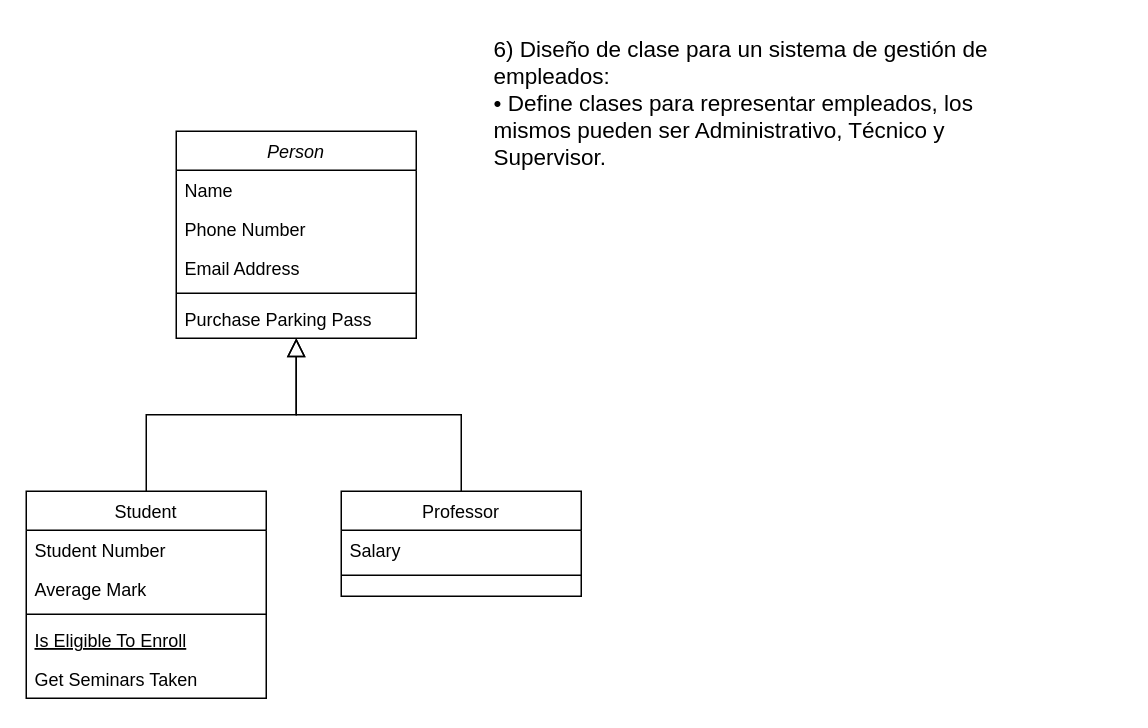
The draw.io diagram empleados.drawio in monick96/diagramasVarios, before the edit. Source tidied: cells renumbered, new cells numbered last; positions are measured from the earlier drawing's top-left corner, leaving out a move shared by most shapes. Both pictures are drawn from the tidied source at 150%, with x=0, y=0 at pixel (26, 26).
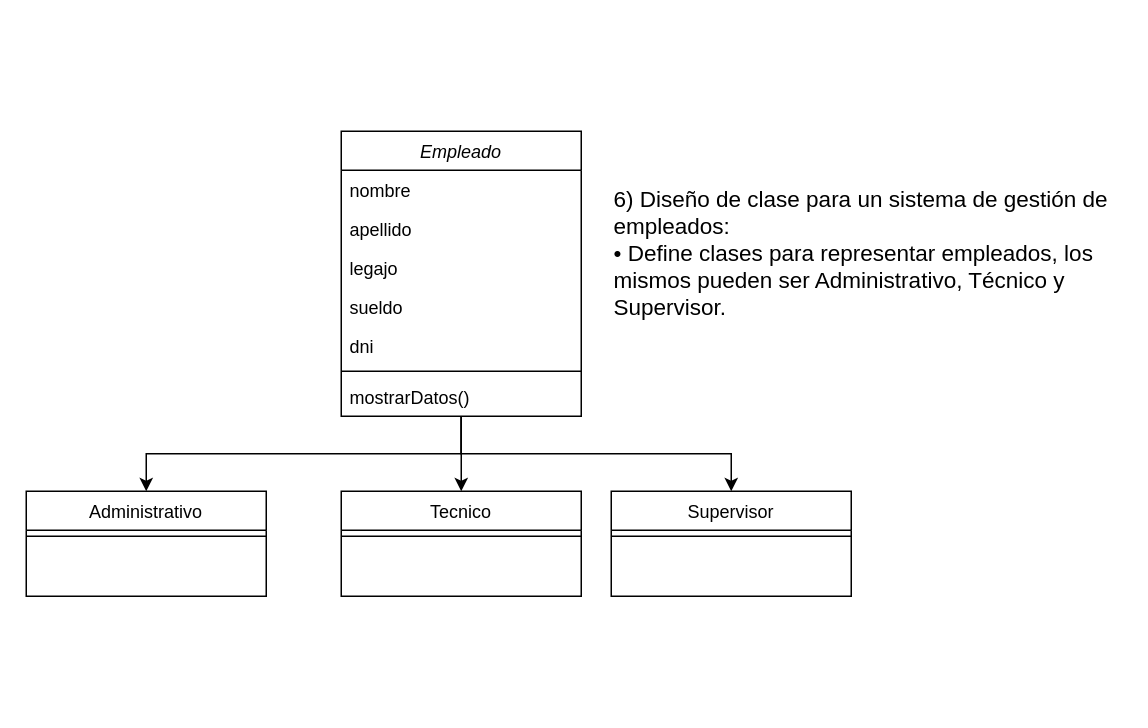
The same diagram, later.

What changed in the source:
```diff
@@
 <mxGraphModel>
   <root>
     <mxCell id="0" />
     <mxCell id="1" parent="0" />
+    <mxCell id="20" style="edgeStyle=orthogonalEdgeStyle;rounded=0;jettySize=auto;html=1;exitX=0.5;exitY=1;exitDx=0;exitDy=0;entryX=0.5;entryY=0;entryDx=0;entryDy=0;" parent="1" edge="1" source="2" target="8">
+      <mxGeometry relative="1" as="geometry" />
+    </mxCell>
+    <mxCell id="21" style="edgeStyle=orthogonalEdgeStyle;rounded=0;jettySize=auto;html=1;exitX=0.5;exitY=1;exitDx=0;exitDy=0;entryX=0.5;entryY=0;entryDx=0;entryDy=0;" parent="1" edge="1" source="2" target="15">
+      <mxGeometry relative="1" as="geometry" />
+    </mxCell>
+    <mxCell id="22" style="edgeStyle=orthogonalEdgeStyle;rounded=0;jettySize=auto;html=1;exitX=0.5;exitY=1;exitDx=0;exitDy=0;" parent="1" edge="1" source="2" target="25">
+      <mxGeometry relative="1" as="geometry" />
+    </mxCell>
-    <mxCell id="2" value="Person" style="swimlane;fontStyle=2;align=center;verticalAlign=top;horizontal=1;startSize=26;rounded=0;shadow=0;strokeWidth=1;" parent="1" vertex="1">
-      <mxGeometry x="100" y="70" width="160" height="138" as="geometry" />
+    <mxCell id="2" value="Empleado" style="swimlane;fontStyle=2;align=center;verticalAlign=top;horizontal=1;startSize=26;rounded=0;shadow=0;strokeWidth=1;" parent="1" vertex="1">
+      <mxGeometry x="210" y="70" width="160" height="190" as="geometry" />
     </mxCell>
-    <mxCell id="3" value="Name" style="text;align=left;verticalAlign=top;spacingLeft=4;spacingRight=4;overflow=hidden;" parent="2" vertex="1">
+    <mxCell id="3" value="nombre" style="text;align=left;verticalAlign=top;spacingLeft=4;spacingRight=4;overflow=hidden;" parent="2" vertex="1">
       <mxGeometry y="26" width="160" height="26" as="geometry" />
     </mxCell>
-    <mxCell id="4" value="Phone Number" style="text;align=left;verticalAlign=top;spacingLeft=4;spacingRight=4;overflow=hidden;rounded=0;shadow=0;html=0;" parent="2" vertex="1">
+    <mxCell id="4" value="apellido" style="text;align=left;verticalAlign=top;spacingLeft=4;spacingRight=4;overflow=hidden;rounded=0;shadow=0;html=0;" parent="2" vertex="1">
       <mxGeometry y="52" width="160" height="26" as="geometry" />
     </mxCell>
-    <mxCell id="5" value="Email Address" style="text;align=left;verticalAlign=top;spacingLeft=4;spacingRight=4;overflow=hidden;rounded=0;shadow=0;html=0;" parent="2" vertex="1">
+    <mxCell id="5" value="legajo" style="text;align=left;verticalAlign=top;spacingLeft=4;spacingRight=4;overflow=hidden;rounded=0;shadow=0;html=0;" parent="2" vertex="1">
       <mxGeometry y="78" width="160" height="26" as="geometry" />
     </mxCell>
+    <mxCell id="23" value="sueldo" style="text;align=left;verticalAlign=top;spacingLeft=4;spacingRight=4;overflow=hidden;rounded=0;shadow=0;html=0;" parent="2" vertex="1">
+      <mxGeometry y="104" width="160" height="26" as="geometry" />
+    </mxCell>
+    <mxCell id="24" value="dni" style="text;align=left;verticalAlign=top;spacingLeft=4;spacingRight=4;overflow=hidden;rounded=0;shadow=0;html=0;" parent="2" vertex="1">
+      <mxGeometry y="130" width="160" height="26" as="geometry" />
+    </mxCell>
     <mxCell id="6" style="line;html=1;strokeWidth=1;align=left;verticalAlign=middle;spacingTop=-1;spacingLeft=3;spacingRight=3;labelPosition=right;" parent="2" vertex="1">
-      <mxGeometry y="104" width="160" height="8" as="geometry" />
+      <mxGeometry y="156" width="160" height="8" as="geometry" />
     </mxCell>
-    <mxCell id="7" value="Purchase Parking Pass" style="text;align=left;verticalAlign=top;spacingLeft=4;spacingRight=4;overflow=hidden;" parent="2" vertex="1">
-      <mxGeometry y="112" width="160" height="26" as="geometry" />
+    <mxCell id="7" value="mostrarDatos()" style="text;align=left;verticalAlign=top;spacingLeft=4;spacingRight=4;overflow=hidden;" parent="2" vertex="1">
+      <mxGeometry y="164" width="160" height="26" as="geometry" />
     </mxCell>
-    <mxCell id="8" value="Student" style="swimlane;fontStyle=0;align=center;verticalAlign=top;horizontal=1;startSize=26;rounded=0;shadow=0;strokeWidth=1;" parent="1" vertex="1">
-      <mxGeometry y="310" width="160" height="138" as="geometry" />
+    <mxCell id="8" value="Administrativo" style="swimlane;fontStyle=0;align=center;verticalAlign=top;horizontal=1;startSize=26;rounded=0;shadow=0;strokeWidth=1;" parent="1" vertex="1">
+      <mxGeometry y="310" width="160" height="70" as="geometry" />
     </mxCell>
-    <mxCell id="9" value="Student Number" style="text;align=left;verticalAlign=top;spacingLeft=4;spacingRight=4;overflow=hidden;" parent="8" vertex="1">
-      <mxGeometry y="26" width="160" height="26" as="geometry" />
-    </mxCell>
-    <mxCell id="10" value="Average Mark" style="text;align=left;verticalAlign=top;spacingLeft=4;spacingRight=4;overflow=hidden;rounded=0;shadow=0;html=0;" parent="8" vertex="1">
-      <mxGeometry y="52" width="160" height="26" as="geometry" />
-    </mxCell>
     <mxCell id="11" style="line;html=1;strokeWidth=1;align=left;verticalAlign=middle;spacingTop=-1;spacingLeft=3;spacingRight=3;labelPosition=right;" parent="8" vertex="1">
-      <mxGeometry y="78" width="160" height="8" as="geometry" />
+      <mxGeometry y="26" width="160" height="8" as="geometry" />
     </mxCell>
-    <mxCell id="12" value="Is Eligible To Enroll" style="text;align=left;verticalAlign=top;spacingLeft=4;spacingRight=4;overflow=hidden;fontStyle=4;" parent="8" vertex="1">
-      <mxGeometry y="86" width="160" height="26" as="geometry" />
-    </mxCell>
-    <mxCell id="13" value="Get Seminars Taken" style="text;align=left;verticalAlign=top;spacingLeft=4;spacingRight=4;overflow=hidden;" parent="8" vertex="1">
-      <mxGeometry y="112" width="160" height="26" as="geometry" />
-    </mxCell>
-    <mxCell id="14" style="endArrow=block;endSize=10;endFill=0;shadow=0;strokeWidth=1;rounded=0;curved=0;edgeStyle=elbowEdgeStyle;elbow=vertical;" parent="1" edge="1" source="8" target="2">
-      <mxGeometry relative="1" as="geometry" />
-    </mxCell>
-    <mxCell id="15" value="Professor" style="swimlane;fontStyle=0;align=center;verticalAlign=top;horizontal=1;startSize=26;rounded=0;shadow=0;strokeWidth=1;" parent="1" vertex="1">
+    <mxCell id="15" value="Tecnico" style="swimlane;fontStyle=0;align=center;verticalAlign=top;horizontal=1;startSize=26;rounded=0;shadow=0;strokeWidth=1;" parent="1" vertex="1">
       <mxGeometry x="210" y="310" width="160" height="70" as="geometry" />
     </mxCell>
-    <mxCell id="16" value="Salary" style="text;align=left;verticalAlign=top;spacingLeft=4;spacingRight=4;overflow=hidden;" parent="15" vertex="1">
-      <mxGeometry y="26" width="160" height="26" as="geometry" />
-    </mxCell>
     <mxCell id="17" style="line;html=1;strokeWidth=1;align=left;verticalAlign=middle;spacingTop=-1;spacingLeft=3;spacingRight=3;labelPosition=right;" parent="15" vertex="1">
-      <mxGeometry y="52" width="160" height="8" as="geometry" />
+      <mxGeometry y="26" width="160" height="8" as="geometry" />
     </mxCell>
-    <mxCell id="18" style="endArrow=block;endSize=10;endFill=0;shadow=0;strokeWidth=1;rounded=0;curved=0;edgeStyle=elbowEdgeStyle;elbow=vertical;" parent="1" edge="1" source="15" target="2">
-      <mxGeometry relative="1" as="geometry" />
-    </mxCell>
     <mxCell id="19" value="&lt;font style=&quot;font-size: 15px;&quot;&gt;6) Diseño de clase para un sistema de gestión de empleados:&lt;br&gt;• Define clases para representar empleados, los mismos pueden ser Administrativo, Técnico y&lt;br&gt;Supervisor.&lt;/font&gt;" style="text;whiteSpace=wrap;html=1;" parent="1" vertex="1">
-      <mxGeometry x="310" width="340" height="130" as="geometry" />
+      <mxGeometry x="390" y="100" width="340" height="130" as="geometry" />
     </mxCell>
+    <mxCell id="25" value="Supervisor" style="swimlane;fontStyle=0;align=center;verticalAlign=top;horizontal=1;startSize=26;rounded=0;shadow=0;strokeWidth=1;" parent="1" vertex="1">
+      <mxGeometry x="390" y="310" width="160" height="70" as="geometry" />
+    </mxCell>
+    <mxCell id="26" style="line;html=1;strokeWidth=1;align=left;verticalAlign=middle;spacingTop=-1;spacingLeft=3;spacingRight=3;labelPosition=right;" parent="25" vertex="1">
+      <mxGeometry y="26" width="160" height="8" as="geometry" />
+    </mxCell>
   </root>
 </mxGraphModel>
```
